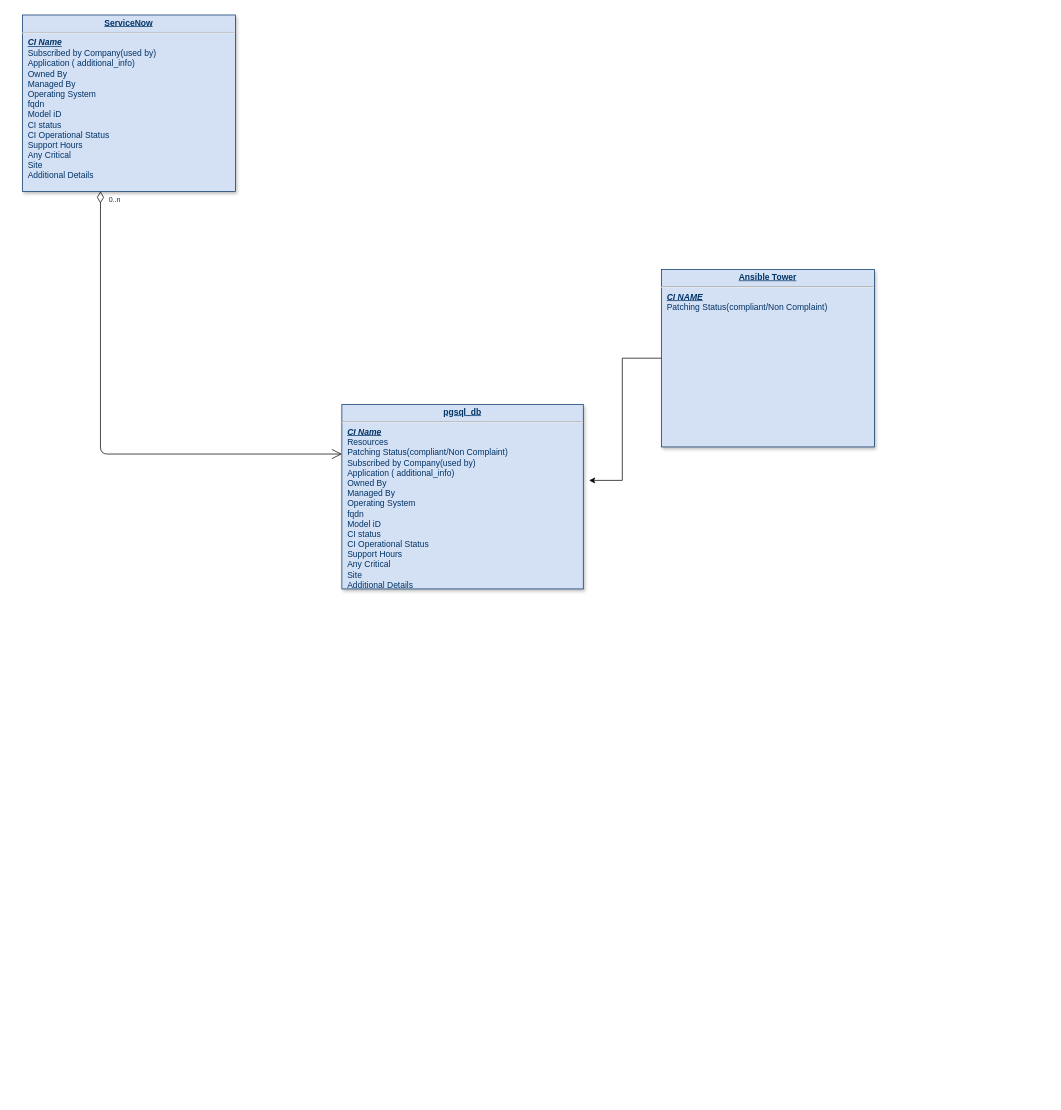
Earlier version of the draw.io diagram Untitled Diagram.drawio (ajaypaulfrancis/ajpaul). Source tidied: cells renumbered, new cells numbered last; positions are measured from the earlier drawing's top-left corner, leaving out a move shared by most shapes. Both pictures are drawn from the tidied source at 71%, with x=0, y=0 at pixel (22, 15).
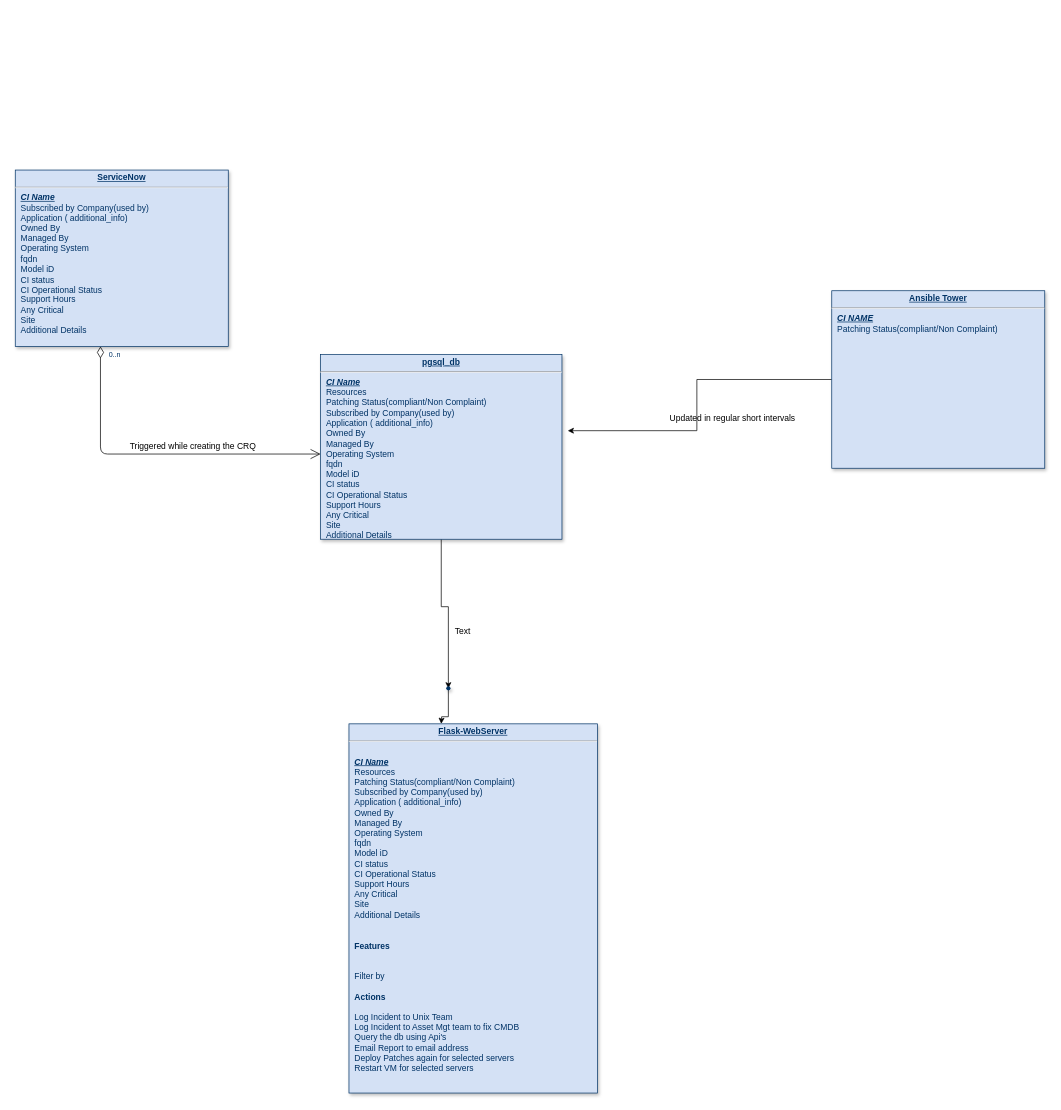
The same page after the edit.

The edit, as a diff of the source:
```diff
@@
 <mxGraphModel background="#ffffff">
   <root>
     <mxCell id="0" />
     <mxCell id="1" parent="0" />
+    <mxCell id="9" style="edgeStyle=orthogonalEdgeStyle;rounded=0;jettySize=auto;html=1;" parent="1" edge="1" source="2" target="11">
+      <mxGeometry relative="1" as="geometry" />
+    </mxCell>
     <mxCell id="2" value="&lt;p style=&quot;margin: 0px ; margin-top: 4px ; text-align: center ; text-decoration: underline&quot;&gt;&lt;strong&gt;pgsql_db&lt;/strong&gt;&lt;/p&gt;&lt;hr&gt;&lt;p style=&quot;margin: 0px ; margin-left: 8px&quot;&gt;&lt;u style=&quot;font-weight: bold ; font-style: italic&quot;&gt;CI Name&lt;/u&gt;&lt;/p&gt;&lt;p style=&quot;margin: 0px ; margin-left: 8px&quot;&gt;Resources&lt;/p&gt;&lt;p style=&quot;margin: 0px 0px 0px 8px&quot;&gt;Patching Status(compliant/Non Complaint)&lt;/p&gt;&lt;p style=&quot;margin: 0px 0px 0px 8px&quot;&gt;&lt;span&gt;Subscribed by Company(used by)&lt;/span&gt;&lt;br&gt;&lt;/p&gt;&lt;p style=&quot;margin: 0px 0px 0px 8px&quot;&gt;Application ( additional_info)&lt;/p&gt;&lt;p style=&quot;margin: 0px 0px 0px 8px&quot;&gt;Owned By&lt;br&gt;&lt;/p&gt;&lt;p style=&quot;margin: 0px 0px 0px 8px&quot;&gt;Managed By&lt;/p&gt;&lt;p style=&quot;margin: 0px 0px 0px 8px&quot;&gt;Operating System&lt;/p&gt;&lt;p style=&quot;margin: 0px 0px 0px 8px&quot;&gt;fqdn&lt;/p&gt;&lt;p style=&quot;margin: 0px 0px 0px 8px&quot;&gt;Model iD&lt;/p&gt;&lt;p style=&quot;margin: 0px 0px 0px 8px&quot;&gt;CI status&lt;/p&gt;&lt;p style=&quot;margin: 0px 0px 0px 8px&quot;&gt;CI Operational Status&lt;/p&gt;&lt;p style=&quot;margin: 0px 0px 0px 8px&quot;&gt;Support Hours&lt;/p&gt;&lt;p style=&quot;margin: 0px 0px 0px 8px&quot;&gt;Any Critical&lt;/p&gt;&lt;p style=&quot;margin: 0px 0px 0px 8px&quot;&gt;Site&lt;/p&gt;&lt;p style=&quot;margin: 0px 0px 0px 8px&quot;&gt;Additional Details&lt;/p&gt;&lt;p style=&quot;margin: 0px ; margin-left: 8px&quot;&gt;&lt;br&gt;&lt;/p&gt;&lt;p style=&quot;margin: 0px ; margin-left: 8px&quot;&gt;&lt;br&gt;&lt;/p&gt;&lt;p style=&quot;margin: 0px ; margin-left: 8px&quot;&gt;&lt;br&gt;&lt;/p&gt;&lt;p style=&quot;margin: 0px ; margin-left: 8px&quot;&gt;&lt;br&gt;&lt;/p&gt;&lt;p style=&quot;margin: 0px ; margin-left: 8px&quot;&gt;&lt;br&gt;&lt;/p&gt;&lt;p style=&quot;margin: 0px ; margin-left: 8px&quot;&gt;&lt;br&gt;&lt;/p&gt;" style="verticalAlign=top;align=left;overflow=fill;fontSize=12;fontFamily=Helvetica;html=1;strokeColor=#003366;shadow=1;fillColor=#D4E1F5;fontColor=#003366;" parent="1" vertex="1">
-      <mxGeometry x="450" y="548" width="340" height="260" as="geometry" />
+      <mxGeometry x="420" y="478" width="340" height="260" as="geometry" />
     </mxCell>
     <mxCell id="3" value="&lt;p style=&quot;margin: 0px ; margin-top: 4px ; text-align: center ; text-decoration: underline&quot;&gt;&lt;strong&gt;ServiceNow&lt;/strong&gt;&lt;/p&gt;&lt;hr&gt;&lt;p style=&quot;margin: 0px ; margin-left: 8px&quot;&gt;&lt;b&gt;&lt;i&gt;&lt;u&gt;CI Name&lt;/u&gt;&lt;/i&gt;&lt;/b&gt;&lt;br&gt;&lt;/p&gt;&lt;p style=&quot;margin: 0px ; margin-left: 8px&quot;&gt;Subscribed by Company(used by)&lt;/p&gt;&lt;p style=&quot;margin: 0px ; margin-left: 8px&quot;&gt;Application ( additional_info)&lt;/p&gt;&lt;p style=&quot;margin: 0px ; margin-left: 8px&quot;&gt;&lt;span&gt;Owned By&lt;/span&gt;&lt;br&gt;&lt;/p&gt;&lt;p style=&quot;margin: 0px ; margin-left: 8px&quot;&gt;Managed By&lt;/p&gt;&lt;p style=&quot;margin: 0px ; margin-left: 8px&quot;&gt;Operating System&lt;/p&gt;&lt;p style=&quot;margin: 0px ; margin-left: 8px&quot;&gt;fqdn&lt;/p&gt;&lt;p style=&quot;margin: 0px ; margin-left: 8px&quot;&gt;Model iD&lt;/p&gt;&lt;p style=&quot;margin: 0px ; margin-left: 8px&quot;&gt;CI status&lt;/p&gt;&lt;p style=&quot;margin: 0px ; margin-left: 8px&quot;&gt;CI Operational Status&lt;/p&gt;&lt;p style=&quot;margin: 0px ; margin-left: 8px&quot;&gt;Support Hours&lt;/p&gt;&lt;p style=&quot;margin: 0px ; margin-left: 8px&quot;&gt;Any Critical&lt;/p&gt;&lt;p style=&quot;margin: 0px ; margin-left: 8px&quot;&gt;Site&lt;/p&gt;&lt;p style=&quot;margin: 0px ; margin-left: 8px&quot;&gt;Additional Details&lt;/p&gt;" style="verticalAlign=top;align=left;overflow=fill;fontSize=12;fontFamily=Helvetica;html=1;strokeColor=#003366;shadow=1;fillColor=#D4E1F5;fontColor=#003366;" parent="1" vertex="1">
-      <mxGeometry y="-0.4" width="300" height="248.4" as="geometry" />
+      <mxGeometry x="-10" y="218" width="300" height="248.4" as="geometry" />
     </mxCell>
     <mxCell id="4" style="edgeStyle=orthogonalEdgeStyle;rounded=0;jettySize=auto;html=1;entryX=1.024;entryY=0.412;entryDx=0;entryDy=0;entryPerimeter=0;" parent="1" edge="1" source="5" target="2">
       <mxGeometry relative="1" as="geometry" />
     </mxCell>
     <mxCell id="5" value="&lt;p style=&quot;margin: 0px ; margin-top: 4px ; text-align: center ; text-decoration: underline&quot;&gt;&lt;b&gt;Ansible Tower&lt;/b&gt;&lt;/p&gt;&lt;hr&gt;&lt;p style=&quot;margin: 0px ; margin-left: 8px&quot;&gt;&lt;b&gt;&lt;u&gt;&lt;i&gt;CI NAME&lt;/i&gt;&lt;/u&gt;&lt;/b&gt;&lt;/p&gt;&lt;p style=&quot;margin: 0px ; margin-left: 8px&quot;&gt;Patching Status(compliant/Non Complaint)&lt;/p&gt;&lt;p style=&quot;margin: 0px ; margin-left: 8px&quot;&gt;&lt;br&gt;&lt;/p&gt;&lt;p style=&quot;margin: 0px ; margin-left: 8px&quot;&gt;&lt;br&gt;&lt;/p&gt;" style="verticalAlign=top;align=left;overflow=fill;fontSize=12;fontFamily=Helvetica;html=1;strokeColor=#003366;shadow=1;fillColor=#D4E1F5;fontColor=#003366;" parent="1" vertex="1">
-      <mxGeometry x="900" y="358" width="300" height="250" as="geometry" />
+      <mxGeometry x="1140" y="388" width="300" height="250" as="geometry" />
     </mxCell>
     <mxCell id="6" style="endArrow=open;endSize=12;startArrow=diamondThin;startSize=14;startFill=0;edgeStyle=orthogonalEdgeStyle;" parent="1" edge="1" source="3" target="2">
       <mxGeometry x="620" y="340" as="geometry">
         <Array as="points">
           <mxPoint x="110" y="618" />
         </Array>
       </mxGeometry>
     </mxCell>
     <mxCell id="7" value="0..n" style="align=left;verticalAlign=top;labelBackgroundColor=#ffffff;fontSize=10;strokeColor=#003366;shadow=1;fillColor=#D4E1F5;fontColor=#003366;" parent="6" vertex="1">
       <mxGeometry x="-1" relative="1" as="geometry">
         <mxPoint x="10" as="offset" />
       </mxGeometry>
     </mxCell>
     <mxCell id="8" style="align=right;verticalAlign=top;labelBackgroundColor=#ffffff;fontSize=10;strokeColor=#003366;shadow=1;fillColor=#D4E1F5;fontColor=#003366;" parent="6" vertex="1">
       <mxGeometry x="1" relative="1" as="geometry">
         <mxPoint x="20" y="-25" as="offset" />
       </mxGeometry>
     </mxCell>
+    <mxCell id="10" style="edgeStyle=orthogonalEdgeStyle;rounded=0;jettySize=auto;html=1;" parent="1" edge="1" source="11">
+      <mxGeometry relative="1" as="geometry">
+        <mxPoint x="590" y="998" as="targetPoint" />
+      </mxGeometry>
+    </mxCell>
+    <mxCell id="11" style="shape=waypoint;size=6;points=[];fillColor=#D4E1F5;perimeter=centerPerimeter;snapToPoint=1;shadow=1;fontColor=#003366;align=left;verticalAlign=top;strokeColor=#003366;" parent="1" vertex="1">
+      <mxGeometry x="580" y="928" width="40" height="40" as="geometry" />
+    </mxCell>
+    <mxCell id="12" value="Triggered while creating the CRQ" style="text;html=1;align=center;verticalAlign=middle;strokeColor=none;" parent="1" vertex="1">
+      <mxGeometry x="145" y="598" width="190" height="20" as="geometry" />
+    </mxCell>
+    <mxCell id="13" value="Updated in regular short intervals" style="text;html=1;align=center;verticalAlign=middle;strokeColor=none;" parent="1" vertex="1">
+      <mxGeometry x="905" y="558" width="190" height="20" as="geometry" />
+    </mxCell>
+    <mxCell id="14" value="Text" style="text;html=1;align=center;verticalAlign=middle;strokeColor=none;" parent="1" vertex="1">
+      <mxGeometry x="600" y="858" width="40" height="20" as="geometry" />
+    </mxCell>
+    <mxCell id="15" value="&lt;p style=&quot;margin: 0px ; margin-top: 4px ; text-align: center ; text-decoration: underline&quot;&gt;&lt;b&gt;Flask-WebServer&lt;/b&gt;&lt;/p&gt;&lt;hr&gt;&lt;p style=&quot;margin: 0px ; margin-left: 8px&quot;&gt;&lt;br&gt;&lt;/p&gt;&lt;p style=&quot;margin: 0px ; margin-left: 8px&quot;&gt;&lt;u style=&quot;font-weight: bold ; font-style: italic&quot;&gt;CI Name&lt;/u&gt;&lt;br&gt;&lt;/p&gt;&lt;p style=&quot;margin: 0px 0px 0px 8px&quot;&gt;Resources&lt;/p&gt;&lt;p style=&quot;margin: 0px 0px 0px 8px&quot;&gt;Patching Status(compliant/Non Complaint)&lt;/p&gt;&lt;p style=&quot;margin: 0px 0px 0px 8px&quot;&gt;Subscribed by Company(used by)&lt;br&gt;&lt;/p&gt;&lt;p style=&quot;margin: 0px 0px 0px 8px&quot;&gt;Application ( additional_info)&lt;/p&gt;&lt;p style=&quot;margin: 0px 0px 0px 8px&quot;&gt;Owned By&lt;br&gt;&lt;/p&gt;&lt;p style=&quot;margin: 0px 0px 0px 8px&quot;&gt;Managed By&lt;/p&gt;&lt;p style=&quot;margin: 0px 0px 0px 8px&quot;&gt;Operating System&lt;/p&gt;&lt;p style=&quot;margin: 0px 0px 0px 8px&quot;&gt;fqdn&lt;/p&gt;&lt;p style=&quot;margin: 0px 0px 0px 8px&quot;&gt;Model iD&lt;/p&gt;&lt;p style=&quot;margin: 0px 0px 0px 8px&quot;&gt;CI status&lt;/p&gt;&lt;p style=&quot;margin: 0px 0px 0px 8px&quot;&gt;CI Operational Status&lt;/p&gt;&lt;p style=&quot;margin: 0px 0px 0px 8px&quot;&gt;Support Hours&lt;/p&gt;&lt;p style=&quot;margin: 0px 0px 0px 8px&quot;&gt;Any Critical&lt;/p&gt;&lt;p style=&quot;margin: 0px 0px 0px 8px&quot;&gt;Site&lt;/p&gt;&lt;p style=&quot;margin: 0px 0px 0px 8px&quot;&gt;Additional Details&lt;/p&gt;&lt;p style=&quot;margin: 0px 0px 0px 8px&quot;&gt;&lt;br&gt;&lt;/p&gt;&lt;p style=&quot;margin: 0px 0px 0px 8px&quot;&gt;&lt;br&gt;&lt;/p&gt;&lt;p style=&quot;margin: 0px ; margin-left: 8px&quot;&gt;&lt;b&gt;Features&lt;/b&gt;&lt;/p&gt;&lt;p style=&quot;margin: 0px ; margin-left: 8px&quot;&gt;&lt;b&gt;&lt;br&gt;&lt;/b&gt;&lt;/p&gt;&lt;p style=&quot;margin: 0px ; margin-left: 8px&quot;&gt;&lt;b&gt;&lt;br&gt;&lt;/b&gt;&lt;/p&gt;&lt;p style=&quot;margin: 0px ; margin-left: 8px&quot;&gt;Filter by&lt;/p&gt;&lt;p style=&quot;margin: 0px ; margin-left: 8px&quot;&gt;&lt;br&gt;&lt;/p&gt;&lt;p style=&quot;margin: 0px ; margin-left: 8px&quot;&gt;&lt;b&gt;Actions&lt;/b&gt;&lt;/p&gt;&lt;p style=&quot;margin: 0px ; margin-left: 8px&quot;&gt;&lt;b&gt;&lt;br&gt;&lt;/b&gt;&lt;/p&gt;&lt;p style=&quot;margin: 0px ; margin-left: 8px&quot;&gt;Log Incident to Unix Team&lt;/p&gt;&lt;p style=&quot;margin: 0px ; margin-left: 8px&quot;&gt;Log Incident to Asset Mgt team to fix CMDB&lt;/p&gt;&lt;p style=&quot;margin: 0px ; margin-left: 8px&quot;&gt;Query the db using Api's&lt;/p&gt;&lt;p style=&quot;margin: 0px ; margin-left: 8px&quot;&gt;Email Report to email address&lt;/p&gt;&lt;p style=&quot;margin: 0px ; margin-left: 8px&quot;&gt;Deploy Patches again for selected servers&lt;/p&gt;&lt;p style=&quot;margin: 0px ; margin-left: 8px&quot;&gt;Restart VM for selected servers&lt;/p&gt;&lt;p style=&quot;margin: 0px ; margin-left: 8px&quot;&gt;&lt;br&gt;&lt;/p&gt;&lt;p style=&quot;margin: 0px ; margin-left: 8px&quot;&gt;&lt;br&gt;&lt;/p&gt;&lt;p style=&quot;margin: 0px ; margin-left: 8px&quot;&gt;&lt;br&gt;&lt;/p&gt;&lt;p style=&quot;margin: 0px ; margin-left: 8px&quot;&gt;&lt;br&gt;&lt;/p&gt;&lt;p style=&quot;margin: 0px ; margin-left: 8px&quot;&gt;&lt;br&gt;&lt;/p&gt;" style="verticalAlign=top;align=left;overflow=fill;fontSize=12;fontFamily=Helvetica;html=1;strokeColor=#003366;shadow=1;fillColor=#D4E1F5;fontColor=#003366;" parent="1" vertex="1">
+      <mxGeometry x="460" y="998" width="350" height="520" as="geometry" />
+    </mxCell>
   </root>
 </mxGraphModel>
```
